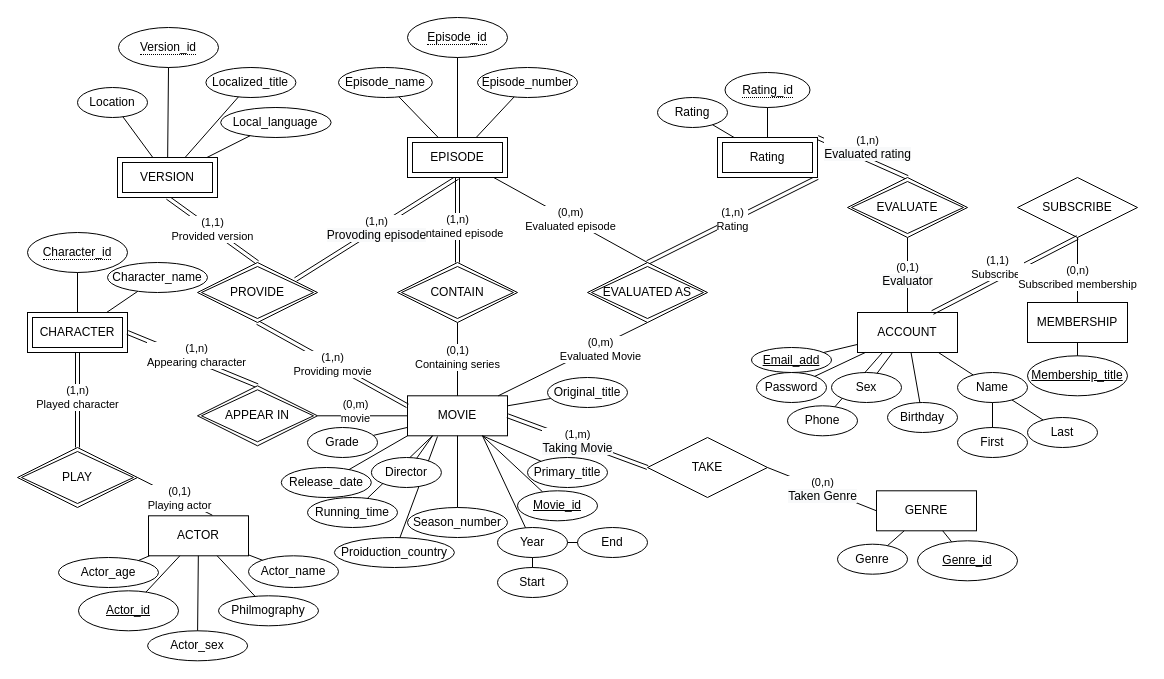
Earlier version of the draw.io diagram knuMovieDB-2.drawio (BENHAN94/knuMovieDB). Source tidied: cells renumbered, new cells numbered last; positions are measured from the earlier drawing's top-left corner, leaving out a move shared by most shapes. Both pictures are drawn from the tidied source at 100%, with x=0, y=0 at pixel (17, 17).
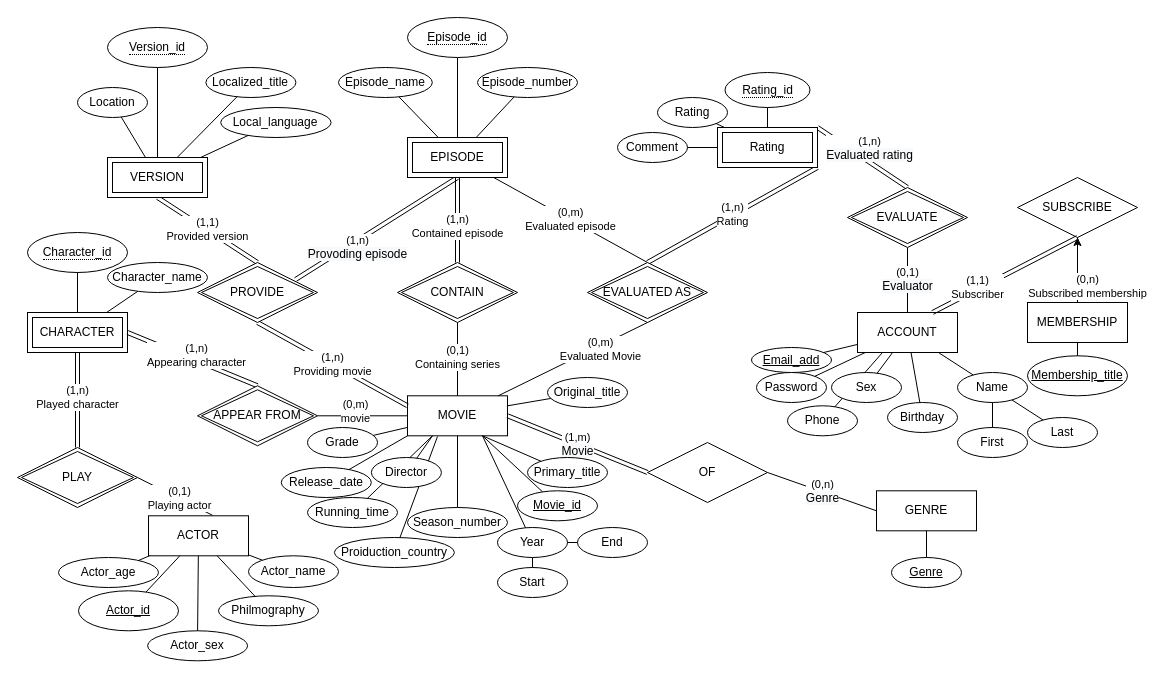
After the change.

The change refers to these unchanged cells:
```xml
<mxCell id="2" value="MOVIE" style="whiteSpace=wrap;html=1;align=center;" parent="1" vertex="1">
  <mxGeometry x="390" y="378.3" width="100" height="40" as="geometry" />
</mxCell>
<mxCell id="3" value="GENRE" style="whiteSpace=wrap;html=1;align=center;" parent="1" vertex="1">
  <mxGeometry x="859" y="473.3" width="100" height="40" as="geometry" />
</mxCell>
<mxCell id="27" value="PROVIDE" style="shape=rhombus;double=1;perimeter=rhombusPerimeter;whiteSpace=wrap;html=1;align=center;" parent="1" vertex="1">
  <mxGeometry x="180" y="245" width="120" height="60" as="geometry" />
</mxCell>
<mxCell id="31" value="ACCOUNT" style="whiteSpace=wrap;html=1;align=center;" parent="1" vertex="1">
  <mxGeometry x="840" y="295" width="100" height="40" as="geometry" />
</mxCell>
<mxCell id="32" value="EPISODE" style="shape=ext;margin=3;double=1;whiteSpace=wrap;html=1;align=center;" parent="1" vertex="1">
  <mxGeometry x="390" y="120" width="100" height="40" as="geometry" />
</mxCell>
<mxCell id="47" value="MEMBERSHIP" style="whiteSpace=wrap;html=1;align=center;" parent="1" vertex="1">
  <mxGeometry x="1010" y="285" width="100" height="40" as="geometry" />
</mxCell>
<mxCell id="50" value="SUBSCRIBE" style="shape=rhombus;perimeter=rhombusPerimeter;whiteSpace=wrap;html=1;align=center;" parent="1" vertex="1">
  <mxGeometry x="1000" y="160" width="120" height="60" as="geometry" />
</mxCell>
```

The edit, as a diff of the source:
```diff
@@
-    <mxCell id="7" value="TAKE" style="shape=rhombus;perimeter=rhombusPerimeter;whiteSpace=wrap;html=1;align=center;" parent="1" vertex="1">
-      <mxGeometry x="630" y="420" width="120" height="60" as="geometry" />
+    <mxCell id="7" value="OF" style="shape=rhombus;perimeter=rhombusPerimeter;whiteSpace=wrap;html=1;align=center;" parent="1" vertex="1">
+      <mxGeometry x="630" y="425" width="120" height="60" as="geometry" />
     </mxCell>
-    <mxCell id="8" value="(1,m)&lt;br&gt;&lt;span style=&quot;font-size: 12px ; background-color: rgb(248 , 249 , 250)&quot;&gt;Taking Movie&lt;/span&gt;" style="endArrow=none;html=1;rounded=0;exitX=1;exitY=0.5;exitDx=0;exitDy=0;entryX=0;entryY=0.5;entryDx=0;entryDy=0;shape=link;" parent="1" edge="1" source="2" target="7">
+    <mxCell id="8" value="(1,m)&lt;br&gt;&lt;span style=&quot;font-size: 12px ; background-color: rgb(248 , 249 , 250)&quot;&gt;Movie&lt;/span&gt;" style="endArrow=none;html=1;rounded=0;exitX=1;exitY=0.5;exitDx=0;exitDy=0;entryX=0;entryY=0.5;entryDx=0;entryDy=0;shape=link;" parent="1" edge="1" source="2" target="7">
       <mxGeometry relative="1" as="geometry" />
     </mxCell>
-    <mxCell id="9" value="(0,n)&lt;br&gt;&lt;span style=&quot;font-size: 12px ; background-color: rgb(248 , 249 , 250)&quot;&gt;Taken Genre&lt;/span&gt;" style="endArrow=none;html=1;rounded=0;exitX=1;exitY=0.5;exitDx=0;exitDy=0;entryX=0;entryY=0.5;entryDx=0;entryDy=0;" parent="1" edge="1" source="7" target="3">
+    <mxCell id="9" value="(0,n)&lt;br&gt;&lt;span style=&quot;font-size: 12px ; background-color: rgb(248 , 249 , 250)&quot;&gt;Genre&lt;/span&gt;" style="endArrow=none;html=1;rounded=0;exitX=1;exitY=0.5;exitDx=0;exitDy=0;entryX=0;entryY=0.5;entryDx=0;entryDy=0;" parent="1" edge="1" source="7" target="3">
       <mxGeometry relative="1" as="geometry" />
     </mxCell>
@@
     <mxCell id="12" value="(1,n)&lt;br&gt;&lt;span style=&quot;font-size: 12px ; background-color: rgb(248 , 249 , 250)&quot;&gt;Provoding episode&lt;/span&gt;" style="endArrow=none;html=1;rounded=0;shape=link;entryX=0.817;entryY=0.283;entryDx=0;entryDy=0;exitX=0.5;exitY=1;exitDx=0;exitDy=0;entryPerimeter=0;" parent="1" edge="1" source="32" target="27">
-      <mxGeometry relative="1" as="geometry" />
+      <mxGeometry x="0.27" y="6" relative="1" as="geometry" />
     </mxCell>
@@
     <mxCell id="16" value="Rating" style="shape=ext;margin=3;double=1;whiteSpace=wrap;html=1;align=center;" parent="1" vertex="1">
-      <mxGeometry x="700" y="120" width="100" height="40" as="geometry" />
+      <mxGeometry x="700" y="110" width="100" height="40" as="geometry" />
     </mxCell>
@@
-    <mxCell id="25" value="APPEAR IN" style="shape=rhombus;double=1;perimeter=rhombusPerimeter;whiteSpace=wrap;html=1;align=center;" parent="1" vertex="1">
+    <mxCell id="25" value="APPEAR FROM" style="shape=rhombus;double=1;perimeter=rhombusPerimeter;whiteSpace=wrap;html=1;align=center;" parent="1" vertex="1">
       <mxGeometry x="180" y="368.3" width="120" height="60" as="geometry" />
     </mxCell>
     <mxCell id="26" value="VERSION" style="shape=ext;margin=3;double=1;whiteSpace=wrap;html=1;align=center;" parent="1" vertex="1">
-      <mxGeometry x="100" y="140" width="100" height="40" as="geometry" />
+      <mxGeometry x="90" y="140" width="100" height="40" as="geometry" />
     </mxCell>
@@
     <mxCell id="30" value="EVALUATE" style="shape=rhombus;double=1;perimeter=rhombusPerimeter;whiteSpace=wrap;html=1;align=center;" parent="1" vertex="1">
-      <mxGeometry x="830" y="160" width="120" height="60" as="geometry" />
+      <mxGeometry x="830" y="170" width="120" height="60" as="geometry" />
     </mxCell>
@@
-    <mxCell id="37" value="Genre_id" style="ellipse;whiteSpace=wrap;html=1;align=center;fontStyle=4;" parent="1" vertex="1">
-      <mxGeometry x="900" y="523.3" width="100" height="40" as="geometry" />
-    </mxCell>
-    <mxCell id="38" style="endArrow=none;html=1;rounded=0;" parent="1" edge="1" source="3" target="37">
-      <mxGeometry relative="1" as="geometry" />
-    </mxCell>
@@
     <mxCell id="43" value="&lt;span style=&quot;border-bottom: 1px dotted&quot;&gt;Version_id&lt;/span&gt;" style="ellipse;whiteSpace=wrap;html=1;align=center;" parent="1" vertex="1">
-      <mxGeometry x="101" y="10" width="100" height="40" as="geometry" />
+      <mxGeometry x="90" y="10" width="100" height="40" as="geometry" />
     </mxCell>
@@
+    <mxCell id="116" style="edgeStyle=orthogonalEdgeStyle;rounded=0;jettySize=auto;html=1;" parent="1" edge="1" source="47" target="50">
+      <mxGeometry relative="1" as="geometry" />
+    </mxCell>
@@
     <mxCell id="51" value="(1,1)&lt;br&gt;Subscriber" style="endArrow=none;html=1;rounded=0;exitX=0.5;exitY=1;exitDx=0;exitDy=0;shape=link;entryX=0.75;entryY=0;entryDx=0;entryDy=0;" parent="1" edge="1" source="50" target="31">
-      <mxGeometry x="0.04" y="-10" relative="1" as="geometry" />
+      <mxGeometry x="0.37" y="-2" relative="1" as="geometry" />
     </mxCell>
     <mxCell id="52" value="(0,n)&lt;br&gt;Subscribed membership" style="endArrow=none;html=1;rounded=0;exitX=0.5;exitY=1;exitDx=0;exitDy=0;" parent="1" edge="1" source="50" target="47">
-      <mxGeometry x="0.23" relative="1" as="geometry" />
+      <mxGeometry x="0.54" y="10" relative="1" as="geometry">
+        <mxPoint y="-1" as="offset" />
+      </mxGeometry>
     </mxCell>
@@
-    <mxCell id="75" value="Genre" style="ellipse;whiteSpace=wrap;html=1;align=center;" parent="1" vertex="1">
-      <mxGeometry x="820" y="526.7" width="70" height="30" as="geometry" />
+    <mxCell id="75" value="Genre" style="ellipse;whiteSpace=wrap;html=1;align=center;fontStyle=4;" parent="1" vertex="1">
+      <mxGeometry x="874" y="540" width="70" height="30" as="geometry" />
     </mxCell>
@@
+    <mxCell id="117" value="Comment" style="ellipse;whiteSpace=wrap;html=1;align=center;" parent="1" vertex="1">
+      <mxGeometry x="600" y="115" width="70" height="30" as="geometry" />
+    </mxCell>
+    <mxCell id="118" style="endArrow=none;html=1;rounded=0;exitX=1;exitY=0.5;exitDx=0;exitDy=0;entryX=0;entryY=0.5;entryDx=0;entryDy=0;" parent="1" edge="1" source="117" target="16">
+      <mxGeometry relative="1" as="geometry" />
+    </mxCell>
```
